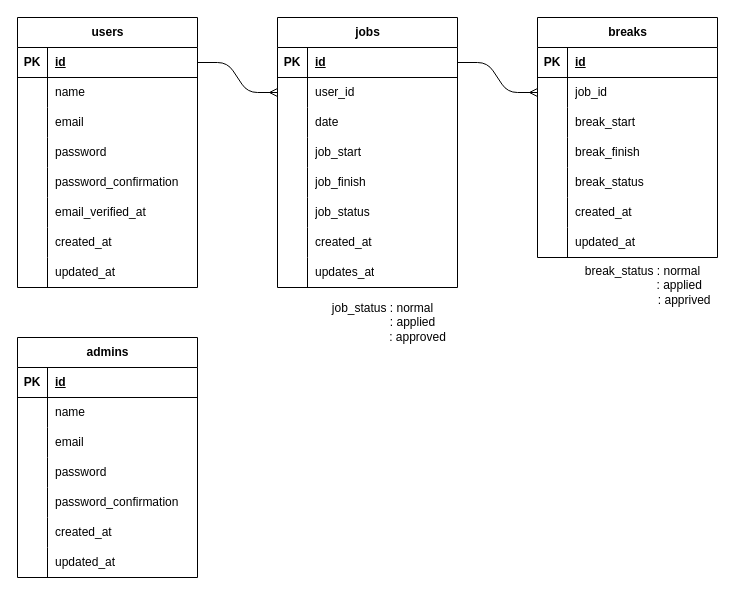
Earlier version of the draw.io diagram clockIn.drawio (oxnut134/clock-in). Source tidied: cells renumbered, new cells numbered last; positions are measured from the earlier drawing's top-left corner, leaving out a move shared by most shapes. Both pictures are drawn from the tidied source at 100%, with x=0, y=0 at pixel (17, 17).
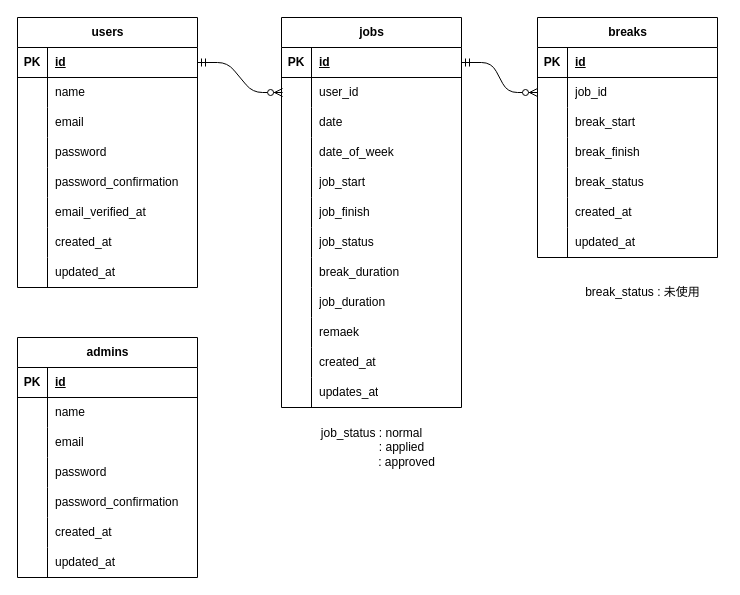
The same diagram, later.

Unchanged cells that the change refers to:
```xml
<mxCell id="3" style="shape=tableRow;horizontal=0;startSize=0;swimlaneHead=0;swimlaneBody=0;fillColor=none;points=[[0,0.5],[1,0.5]];portConstraint=eastwest;top=0;left=0;right=0;bottom=1;" parent="2" vertex="1">
  <mxGeometry y="30" width="180" height="30" as="geometry" />
</mxCell>
<mxCell id="28" style="shape=tableRow;horizontal=0;startSize=0;swimlaneHead=0;swimlaneBody=0;fillColor=none;points=[[0,0.5],[1,0.5]];portConstraint=eastwest;top=0;left=0;right=0;bottom=1;" parent="27" vertex="1">
  <mxGeometry y="30" width="180" height="30" as="geometry" />
</mxCell>
<mxCell id="31" style="shape=tableRow;horizontal=0;startSize=0;swimlaneHead=0;swimlaneBody=0;fillColor=none;points=[[0,0.5],[1,0.5]];portConstraint=eastwest;top=0;left=0;right=0;bottom=0;" parent="27" vertex="1">
  <mxGeometry y="60" width="180" height="30" as="geometry" />
</mxCell>
<mxCell id="37" style="shape=tableRow;horizontal=0;startSize=0;swimlaneHead=0;swimlaneBody=0;fillColor=none;top=0;left=0;right=0;bottom=0;" parent="27" vertex="1">
  <mxGeometry y="120" width="180" height="30" as="geometry" />
</mxCell>
<mxCell id="40" style="shape=tableRow;horizontal=0;startSize=0;swimlaneHead=0;swimlaneBody=0;fillColor=none;top=0;left=0;right=0;bottom=0;" parent="27" vertex="1">
  <mxGeometry y="150" width="180" height="30" as="geometry" />
</mxCell>
<mxCell id="43" style="shape=tableRow;horizontal=0;startSize=0;swimlaneHead=0;swimlaneBody=0;fillColor=none;top=0;left=0;right=0;bottom=0;" parent="27" vertex="1">
  <mxGeometry y="180" width="180" height="30" as="geometry" />
</mxCell>
<mxCell id="46" style="shape=tableRow;horizontal=0;startSize=0;swimlaneHead=0;swimlaneBody=0;fillColor=none;top=0;left=0;right=0;bottom=0;" parent="27" vertex="1">
  <mxGeometry y="210" width="180" height="30" as="geometry" />
</mxCell>
<mxCell id="49" style="shape=tableRow;horizontal=0;startSize=0;swimlaneHead=0;swimlaneBody=0;fillColor=none;top=0;left=0;right=0;bottom=0;" parent="27" vertex="1">
  <mxGeometry y="240" width="180" height="30" as="geometry" />
</mxCell>
<mxCell id="57" style="shape=tableRow;horizontal=0;startSize=0;swimlaneHead=0;swimlaneBody=0;fillColor=none;points=[[0,0.5],[1,0.5]];portConstraint=eastwest;top=0;left=0;right=0;bottom=0;" parent="53" vertex="1">
  <mxGeometry y="60" width="180" height="30" as="geometry" />
</mxCell>
```

The edit, as a diff of the source:
```diff
@@
     <mxCell id="27" value="jobs" style="shape=table;startSize=30;childLayout=tableLayout;rowLines=0;fontStyle=1;align=center;html=1;" parent="1" vertex="1">
-      <mxGeometry x="260" width="180" height="270" as="geometry" />
+      <mxGeometry x="264" width="180" height="390" as="geometry" />
     </mxCell>
@@
-    <mxCell id="39" value="job_start" style="shape=partialRectangle;fillColor=none;top=0;left=0;bottom=0;right=0;align=left;spacingLeft=6;overflow=hidden;whiteSpace=wrap;html=1;" parent="37" vertex="1">
+    <mxCell id="39" value="&lt;span style=&quot;color: rgb(0, 0, 0);&quot;&gt;date_of_week&lt;/span&gt;" style="shape=partialRectangle;fillColor=none;top=0;left=0;bottom=0;right=0;align=left;spacingLeft=6;overflow=hidden;whiteSpace=wrap;html=1;" parent="37" vertex="1">
       <mxGeometry x="30" width="150" height="30" as="geometry" />
     </mxCell>
@@
-    <mxCell id="42" value="job_finish" style="shape=partialRectangle;fillColor=none;top=0;left=0;bottom=0;right=0;align=left;spacingLeft=6;overflow=hidden;whiteSpace=wrap;html=1;" parent="40" vertex="1">
+    <mxCell id="42" value="&lt;span style=&quot;color: rgb(0, 0, 0);&quot;&gt;job_start&lt;/span&gt;" style="shape=partialRectangle;fillColor=none;top=0;left=0;bottom=0;right=0;align=left;spacingLeft=6;overflow=hidden;whiteSpace=wrap;html=1;" parent="40" vertex="1">
       <mxGeometry x="30" width="150" height="30" as="geometry" />
     </mxCell>
@@
-    <mxCell id="45" value="job_status" style="shape=partialRectangle;fillColor=none;top=0;left=0;bottom=0;right=0;align=left;spacingLeft=6;overflow=hidden;whiteSpace=wrap;html=1;" parent="43" vertex="1">
+    <mxCell id="45" value="&lt;span style=&quot;color: rgb(0, 0, 0);&quot;&gt;job_finish&lt;/span&gt;" style="shape=partialRectangle;fillColor=none;top=0;left=0;bottom=0;right=0;align=left;spacingLeft=6;overflow=hidden;whiteSpace=wrap;html=1;" parent="43" vertex="1">
       <mxGeometry x="30" width="150" height="30" as="geometry" />
     </mxCell>
@@
-    <mxCell id="48" value="created_at" style="shape=partialRectangle;fillColor=none;top=0;left=0;bottom=0;right=0;align=left;spacingLeft=6;overflow=hidden;whiteSpace=wrap;html=1;" parent="46" vertex="1">
+    <mxCell id="48" value="&lt;span style=&quot;color: rgb(0, 0, 0);&quot;&gt;job_status&lt;/span&gt;" style="shape=partialRectangle;fillColor=none;top=0;left=0;bottom=0;right=0;align=left;spacingLeft=6;overflow=hidden;whiteSpace=wrap;html=1;" parent="46" vertex="1">
       <mxGeometry x="30" width="150" height="30" as="geometry" />
     </mxCell>
@@
-    <mxCell id="51" value="updates_at" style="shape=partialRectangle;fillColor=none;top=0;left=0;bottom=0;right=0;align=left;spacingLeft=6;overflow=hidden;whiteSpace=wrap;html=1;" parent="49" vertex="1">
+    <mxCell id="51" value="&lt;span style=&quot;color: rgb(0, 0, 0);&quot;&gt;break_duration&lt;/span&gt;" style="shape=partialRectangle;fillColor=none;top=0;left=0;bottom=0;right=0;align=left;spacingLeft=6;overflow=hidden;whiteSpace=wrap;html=1;" parent="49" vertex="1">
       <mxGeometry x="30" width="150" height="30" as="geometry" />
     </mxCell>
+    <mxCell id="100" style="shape=tableRow;horizontal=0;startSize=0;swimlaneHead=0;swimlaneBody=0;fillColor=none;top=0;left=0;right=0;bottom=0;" parent="27" vertex="1">
+      <mxGeometry y="270" width="180" height="30" as="geometry" />
+    </mxCell>
+    <mxCell id="101" style="shape=partialRectangle;fillColor=none;top=0;left=0;bottom=0;right=0;overflow=hidden;whiteSpace=wrap;html=1;" parent="100" vertex="1">
+      <mxGeometry width="30" height="30" as="geometry" />
+    </mxCell>
+    <mxCell id="102" value="&lt;span style=&quot;color: rgb(0, 0, 0);&quot;&gt;job_duration&lt;/span&gt;" style="shape=partialRectangle;fillColor=none;top=0;left=0;bottom=0;right=0;align=left;spacingLeft=6;overflow=hidden;whiteSpace=wrap;html=1;" parent="100" vertex="1">
+      <mxGeometry x="30" width="150" height="30" as="geometry" />
+    </mxCell>
+    <mxCell id="103" style="shape=tableRow;horizontal=0;startSize=0;swimlaneHead=0;swimlaneBody=0;fillColor=none;top=0;left=0;right=0;bottom=0;" parent="27" vertex="1">
+      <mxGeometry y="300" width="180" height="30" as="geometry" />
+    </mxCell>
+    <mxCell id="104" style="shape=partialRectangle;fillColor=none;top=0;left=0;bottom=0;right=0;overflow=hidden;whiteSpace=wrap;html=1;" parent="103" vertex="1">
+      <mxGeometry width="30" height="30" as="geometry" />
+    </mxCell>
+    <mxCell id="105" value="&lt;span style=&quot;color: rgb(0, 0, 0);&quot;&gt;remaek&lt;/span&gt;" style="shape=partialRectangle;fillColor=none;top=0;left=0;bottom=0;right=0;align=left;spacingLeft=6;overflow=hidden;whiteSpace=wrap;html=1;" parent="103" vertex="1">
+      <mxGeometry x="30" width="150" height="30" as="geometry" />
+    </mxCell>
+    <mxCell id="106" style="shape=tableRow;horizontal=0;startSize=0;swimlaneHead=0;swimlaneBody=0;fillColor=none;top=0;left=0;right=0;bottom=0;" parent="27" vertex="1">
+      <mxGeometry y="330" width="180" height="30" as="geometry" />
+    </mxCell>
+    <mxCell id="107" style="shape=partialRectangle;fillColor=none;top=0;left=0;bottom=0;right=0;overflow=hidden;whiteSpace=wrap;html=1;" parent="106" vertex="1">
+      <mxGeometry width="30" height="30" as="geometry" />
+    </mxCell>
+    <mxCell id="108" value="&lt;span style=&quot;color: rgb(0, 0, 0);&quot;&gt;created_at&lt;/span&gt;" style="shape=partialRectangle;fillColor=none;top=0;left=0;bottom=0;right=0;align=left;spacingLeft=6;overflow=hidden;whiteSpace=wrap;html=1;" parent="106" vertex="1">
+      <mxGeometry x="30" width="150" height="30" as="geometry" />
+    </mxCell>
+    <mxCell id="109" style="shape=tableRow;horizontal=0;startSize=0;swimlaneHead=0;swimlaneBody=0;fillColor=none;top=0;left=0;right=0;bottom=0;" parent="27" vertex="1">
+      <mxGeometry y="360" width="180" height="30" as="geometry" />
+    </mxCell>
+    <mxCell id="110" style="shape=partialRectangle;fillColor=none;top=0;left=0;bottom=0;right=0;overflow=hidden;whiteSpace=wrap;html=1;" parent="109" vertex="1">
+      <mxGeometry width="30" height="30" as="geometry" />
+    </mxCell>
+    <mxCell id="111" value="&lt;span style=&quot;color: rgb(0, 0, 0);&quot;&gt;updates_at&lt;/span&gt;" style="shape=partialRectangle;fillColor=none;top=0;left=0;bottom=0;right=0;align=left;spacingLeft=6;overflow=hidden;whiteSpace=wrap;html=1;" parent="109" vertex="1">
+      <mxGeometry x="30" width="150" height="30" as="geometry" />
+    </mxCell>
     <mxCell id="52" value="job_status : normal&lt;div&gt;&amp;nbsp; &amp;nbsp; &amp;nbsp; &amp;nbsp; &amp;nbsp; &amp;nbsp; &amp;nbsp; &amp;nbsp; &amp;nbsp; : applied&lt;/div&gt;&lt;div&gt;&amp;nbsp; &amp;nbsp; &amp;nbsp; &amp;nbsp; &amp;nbsp; &amp;nbsp; &amp;nbsp; &amp;nbsp; &amp;nbsp; &amp;nbsp; &amp;nbsp;: approved&lt;/div&gt;" style="text;html=1;align=center;verticalAlign=middle;strokeColor=none;fillColor=none;" parent="1" vertex="1">
-      <mxGeometry x="290" y="275" width="150" height="60" as="geometry" />
+      <mxGeometry x="279" y="400" width="150" height="60" as="geometry" />
     </mxCell>
@@
-    <mxCell id="75" value="break_status : normal&lt;div&gt;&amp;nbsp; &amp;nbsp; &amp;nbsp; &amp;nbsp; &amp;nbsp; &amp;nbsp; &amp;nbsp; &amp;nbsp; &amp;nbsp; &amp;nbsp; &amp;nbsp; : applied&lt;/div&gt;&lt;div&gt;&amp;nbsp; &amp;nbsp; &amp;nbsp; &amp;nbsp; &amp;nbsp; &amp;nbsp; &amp;nbsp; &amp;nbsp; &amp;nbsp; &amp;nbsp; &amp;nbsp; &amp;nbsp; &amp;nbsp;: apprived&lt;/div&gt;&lt;div&gt;&lt;br&gt;&lt;/div&gt;" style="text;html=1;align=center;verticalAlign=middle;strokeColor=none;fillColor=none;" parent="1" vertex="1">
-      <mxGeometry x="545" y="240" width="160" height="70" as="geometry" />
+    <mxCell id="75" value="break_status : 未使用" style="text;html=1;align=center;verticalAlign=middle;strokeColor=none;fillColor=none;" parent="1" vertex="1">
+      <mxGeometry x="555" y="260" width="140" height="30" as="geometry" />
     </mxCell>
-    <mxCell id="76" style="edgeStyle=entityRelationEdgeStyle;fontSize=12;html=1;endArrow=ERmany;exitX=1;exitY=0.5;exitDx=0;exitDy=0;entryX=0;entryY=0.5;entryDx=0;entryDy=0;" parent="1" edge="1" source="3" target="31">
-      <mxGeometry relative="1" as="geometry">
-        <Array as="points">
-          <mxPoint x="80" y="110" />
-        </Array>
-      </mxGeometry>
-    </mxCell>
-    <mxCell id="77" style="edgeStyle=entityRelationEdgeStyle;fontSize=12;html=1;endArrow=ERmany;exitX=1;exitY=0.5;exitDx=0;exitDy=0;entryX=0;entryY=0.5;entryDx=0;entryDy=0;" parent="1" edge="1" source="28" target="57">
-      <mxGeometry relative="1" as="geometry">
-        <Array as="points">
-          <mxPoint x="340" y="105" />
-        </Array>
-      </mxGeometry>
-    </mxCell>
@@
+    <mxCell id="76" style="edgeStyle=entityRelationEdgeStyle;fontSize=12;html=1;endArrow=ERzeroToMany;startArrow=ERmandOne;exitX=1;exitY=0.5;exitDx=0;exitDy=0;entryX=0.006;entryY=0.5;entryDx=0;entryDy=0;entryPerimeter=0;" parent="1" edge="1" source="3" target="31">
+      <mxGeometry relative="1" as="geometry" />
+    </mxCell>
+    <mxCell id="77" style="edgeStyle=entityRelationEdgeStyle;fontSize=12;html=1;endArrow=ERzeroToMany;startArrow=ERmandOne;entryX=0;entryY=0.5;entryDx=0;entryDy=0;exitX=1;exitY=0.5;exitDx=0;exitDy=0;" parent="1" edge="1" source="28" target="57">
+      <mxGeometry relative="1" as="geometry" />
+    </mxCell>
```
